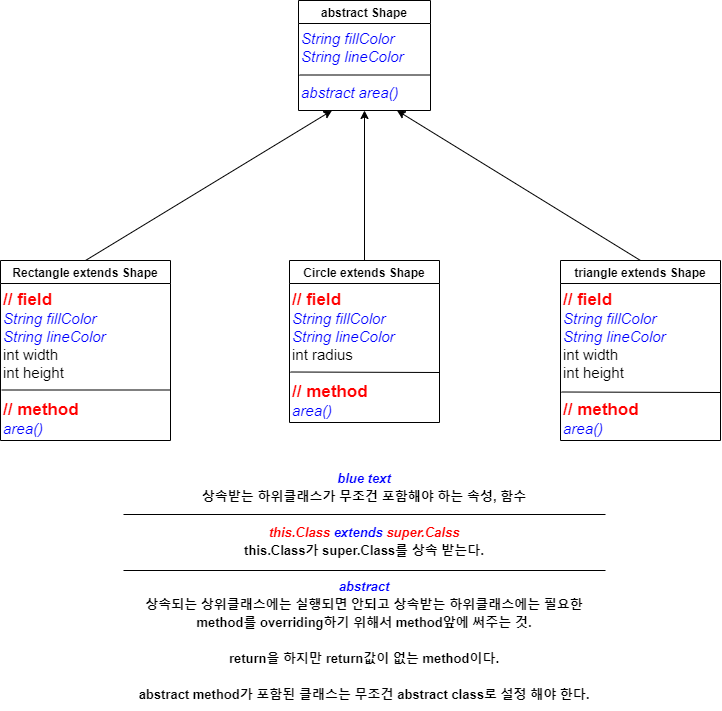
The draw.io diagram src/com/javaex/ex19/class_extends_abstract.png in hozzi-lee/chapter02, before a commit. Source tidied: cells renumbered, new cells last; positions are measured from the earlier drawing's top-left corner, leaving out a move shared by most shapes. Its diagram source:
```xml
<mxGraphModel>
  <root>
    <mxCell id="0" />
    <mxCell id="1" parent="0" />
    <mxCell id="2" value="abstract Shape" style="swimlane;fontFamily=Helvetica;" parent="1" vertex="1">
      <mxGeometry x="298" width="132" height="110" as="geometry" />
    </mxCell>
    <mxCell id="3" value="&lt;i&gt;&lt;font color=&quot;#0000ff&quot;&gt;String fillColor&lt;br style=&quot;font-size: 15px&quot;&gt;String lineColor&lt;br style=&quot;font-size: 15px&quot;&gt;&lt;br&gt;abstract area()&lt;/font&gt;&lt;/i&gt;" style="text;html=1;strokeColor=none;fillColor=none;align=left;verticalAlign=top;whiteSpace=wrap;rounded=0;fontSize=15;horizontal=1;fontFamily=Helvetica;" parent="2" vertex="1">
      <mxGeometry x="1" y="23" width="130" height="87" as="geometry" />
    </mxCell>
    <mxCell id="4" style="endArrow=none;html=1;entryX=1;entryY=0.5;entryDx=0;entryDy=0;exitX=0;exitY=0.5;exitDx=0;exitDy=0;fontFamily=Helvetica;" parent="2" edge="1">
      <mxGeometry relative="1" as="geometry">
        <mxPoint x="1" y="74.5" as="sourcePoint" />
        <mxPoint x="131" y="74.5" as="targetPoint" />
      </mxGeometry>
    </mxCell>
    <mxCell id="5" value="Rectangle extends Shape" style="swimlane;fontFamily=Helvetica;" parent="1" vertex="1">
      <mxGeometry y="260" width="170" height="180" as="geometry" />
    </mxCell>
    <mxCell id="6" value="&lt;b&gt;&lt;font color=&quot;#ff0000&quot; style=&quot;font-size: 17px&quot;&gt;// field&lt;/font&gt;&lt;/b&gt;&lt;br&gt;&lt;font color=&quot;#0000ff&quot; style=&quot;font-style: italic&quot;&gt;String fillColor&lt;/font&gt;&lt;br&gt;&lt;i style=&quot;color: rgb(0 , 0 , 255)&quot;&gt;String lineColor&lt;/i&gt;&lt;br&gt;int width&lt;br&gt;int height&lt;br&gt;&lt;br&gt;&lt;b&gt;&lt;font color=&quot;#ff0000&quot; style=&quot;font-size: 17px&quot;&gt;// method&lt;/font&gt;&lt;/b&gt;&lt;br&gt;&lt;i style=&quot;color: rgb(0 , 0 , 255)&quot;&gt;area()&lt;/i&gt;" style="text;html=1;strokeColor=none;fillColor=none;align=left;verticalAlign=top;whiteSpace=wrap;rounded=0;fontSize=15;horizontal=1;fontFamily=Helvetica;" parent="5" vertex="1">
      <mxGeometry x="1" y="23" width="169" height="157" as="geometry" />
    </mxCell>
    <mxCell id="7" style="endArrow=none;html=1;entryX=1;entryY=0.5;entryDx=0;entryDy=0;exitX=0;exitY=0.5;exitDx=0;exitDy=0;fontFamily=Helvetica;" parent="5" edge="1">
      <mxGeometry relative="1" as="geometry">
        <mxPoint x="1" y="129.5" as="sourcePoint" />
        <mxPoint x="170" y="129.5" as="targetPoint" />
      </mxGeometry>
    </mxCell>
    <mxCell id="8" value="Circle extends Shape" style="swimlane;fontFamily=Helvetica;" parent="1" vertex="1">
      <mxGeometry x="289" y="260" width="150" height="162" as="geometry" />
    </mxCell>
    <mxCell id="9" value="&lt;b&gt;&lt;font color=&quot;#ff0000&quot; style=&quot;font-size: 17px&quot;&gt;// field&lt;/font&gt;&lt;/b&gt;&lt;i style=&quot;color: rgb(0 , 0 , 255)&quot;&gt;&lt;br&gt;String fillColor&lt;/i&gt;&lt;br&gt;&lt;i style=&quot;color: rgb(0 , 0 , 255)&quot;&gt;String lineColor&lt;/i&gt;&lt;br&gt;int radius&lt;br&gt;&lt;br&gt;&lt;b&gt;&lt;font color=&quot;#ff0000&quot; style=&quot;font-size: 17px&quot;&gt;// method&lt;/font&gt;&lt;/b&gt;&lt;br&gt;&lt;i style=&quot;color: rgb(0 , 0 , 255)&quot;&gt;area()&lt;/i&gt;" style="text;html=1;strokeColor=none;fillColor=none;align=left;verticalAlign=top;whiteSpace=wrap;rounded=0;fontSize=15;horizontal=1;fontFamily=Helvetica;" parent="8" vertex="1">
      <mxGeometry x="1" y="23" width="149" height="139" as="geometry" />
    </mxCell>
    <mxCell id="10" style="endArrow=none;html=1;exitX=0;exitY=0.5;exitDx=0;exitDy=0;fontFamily=Helvetica;" parent="8" edge="1">
      <mxGeometry relative="1" as="geometry">
        <mxPoint x="1" y="111.5" as="sourcePoint" />
        <mxPoint x="150" y="112" as="targetPoint" />
      </mxGeometry>
    </mxCell>
    <mxCell id="11" value="triangle extends Shape" style="swimlane;fontFamily=Helvetica;" parent="1" vertex="1">
      <mxGeometry x="560" y="260" width="160" height="180" as="geometry" />
    </mxCell>
    <mxCell id="12" value="&lt;b&gt;&lt;font color=&quot;#ff0000&quot; style=&quot;font-size: 17px&quot;&gt;// field&lt;/font&gt;&lt;/b&gt;&lt;i style=&quot;color: rgb(0 , 0 , 255)&quot;&gt;&lt;br&gt;String fillColor&lt;/i&gt;&lt;br&gt;&lt;i style=&quot;color: rgb(0 , 0 , 255)&quot;&gt;String lineColor&lt;/i&gt;&lt;br&gt;int width&lt;br&gt;int height&lt;br&gt;&lt;br&gt;&lt;b&gt;&lt;font color=&quot;#ff0000&quot; style=&quot;font-size: 17px&quot;&gt;// method&lt;/font&gt;&lt;/b&gt;&lt;br&gt;&lt;i style=&quot;color: rgb(0 , 0 , 255)&quot;&gt;area()&lt;/i&gt;" style="text;html=1;strokeColor=none;fillColor=none;align=left;verticalAlign=top;whiteSpace=wrap;rounded=0;fontSize=15;horizontal=1;fontFamily=Helvetica;" parent="11" vertex="1">
      <mxGeometry x="1" y="23" width="159" height="157" as="geometry" />
    </mxCell>
    <mxCell id="13" style="endArrow=none;html=1;exitX=0;exitY=0.5;exitDx=0;exitDy=0;fontFamily=Helvetica;" parent="11" edge="1">
      <mxGeometry relative="1" as="geometry">
        <mxPoint x="1" y="131.5" as="sourcePoint" />
        <mxPoint x="160" y="132" as="targetPoint" />
      </mxGeometry>
    </mxCell>
    <mxCell id="14" style="endArrow=classic;html=1;fontSize=15;exitX=0.5;exitY=0;exitDx=0;exitDy=0;entryX=0.5;entryY=1;entryDx=0;entryDy=0;fontFamily=Helvetica;" parent="1" edge="1" source="8" target="3">
      <mxGeometry relative="1" as="geometry" />
    </mxCell>
    <mxCell id="15" style="endArrow=classic;html=1;fontSize=15;exitX=0.5;exitY=0;exitDx=0;exitDy=0;entryX=0.25;entryY=1;entryDx=0;entryDy=0;fontFamily=Helvetica;" parent="1" edge="1" source="5" target="3">
      <mxGeometry relative="1" as="geometry" />
    </mxCell>
    <mxCell id="16" style="endArrow=classic;html=1;fontSize=15;exitX=0.5;exitY=0;exitDx=0;exitDy=0;entryX=0.75;entryY=1;entryDx=0;entryDy=0;fontFamily=Helvetica;" parent="1" edge="1" source="11" target="3">
      <mxGeometry relative="1" as="geometry" />
    </mxCell>
    <mxCell id="17" style="group;" parent="1" vertex="1">
      <mxGeometry x="123" y="460" width="482" height="250" as="geometry" />
    </mxCell>
    <mxCell id="18" value="&lt;font style=&quot;font-size: 13px&quot;&gt;&lt;i&gt;&lt;font color=&quot;#0000ff&quot;&gt;blue text&lt;br&gt;&lt;/font&gt;&lt;/i&gt;상속받는 하위클래스가 무조건 포함해야 하는 속성, 함수&lt;i&gt;&lt;font color=&quot;#ff0000&quot;&gt;&lt;br&gt;&lt;br&gt;this.Class&lt;/font&gt;&lt;/i&gt;&lt;i style=&quot;color: rgb(0 , 0 , 255)&quot;&gt; extends &lt;/i&gt;&lt;i&gt;&lt;font color=&quot;#ff0000&quot;&gt;super.Calss&lt;/font&gt;&lt;font color=&quot;#0000ff&quot;&gt;&lt;br&gt;&lt;/font&gt;&lt;/i&gt;this.Class가 super.Class를&amp;nbsp;상속 받는다.&lt;br&gt;&lt;br&gt;&lt;i&gt;&lt;font color=&quot;#0000ff&quot;&gt;abstract&lt;br&gt;&lt;/font&gt;&lt;/i&gt;상속되는 상위클래스에는 실행되면 안되고 상속받는 하위클래스에는 필요한&lt;br&gt;method를 overriding하기 위해서 method앞에 써주는 것.&lt;br&gt;&lt;br&gt;return을 하지만 return값이 없는 method이다.&lt;br&gt;&lt;br&gt;abstract method가 포함된 클래스는 무조건 abstract class로 설정 해야 한다.&lt;font style=&quot;font-size: 13px&quot;&gt;&lt;br&gt;&lt;/font&gt;&lt;/font&gt;" style="text;html=1;strokeColor=none;fillColor=none;align=center;verticalAlign=middle;whiteSpace=wrap;rounded=0;fontSize=15;fontFamily=Helvetica;fontStyle=1;" parent="17" vertex="1">
      <mxGeometry width="482" height="250" as="geometry" />
    </mxCell>
    <mxCell id="19" style="endArrow=none;html=1;fontFamily=Helvetica;fontSize=15;fontColor=#FF0000;entryX=1;entryY=0.25;entryDx=0;entryDy=0;exitX=0;exitY=0.25;exitDx=0;exitDy=0;" parent="17" edge="1">
      <mxGeometry relative="1" as="geometry">
        <mxPoint y="110" as="sourcePoint" />
        <mxPoint x="482" y="110" as="targetPoint" />
      </mxGeometry>
    </mxCell>
    <mxCell id="20" style="endArrow=none;html=1;fontFamily=Helvetica;fontSize=15;fontColor=#FF0000;entryX=1;entryY=0.25;entryDx=0;entryDy=0;exitX=0;exitY=0.25;exitDx=0;exitDy=0;" parent="17" edge="1">
      <mxGeometry relative="1" as="geometry">
        <mxPoint y="54" as="sourcePoint" />
        <mxPoint x="482" y="54" as="targetPoint" />
      </mxGeometry>
    </mxCell>
  </root>
</mxGraphModel>
```
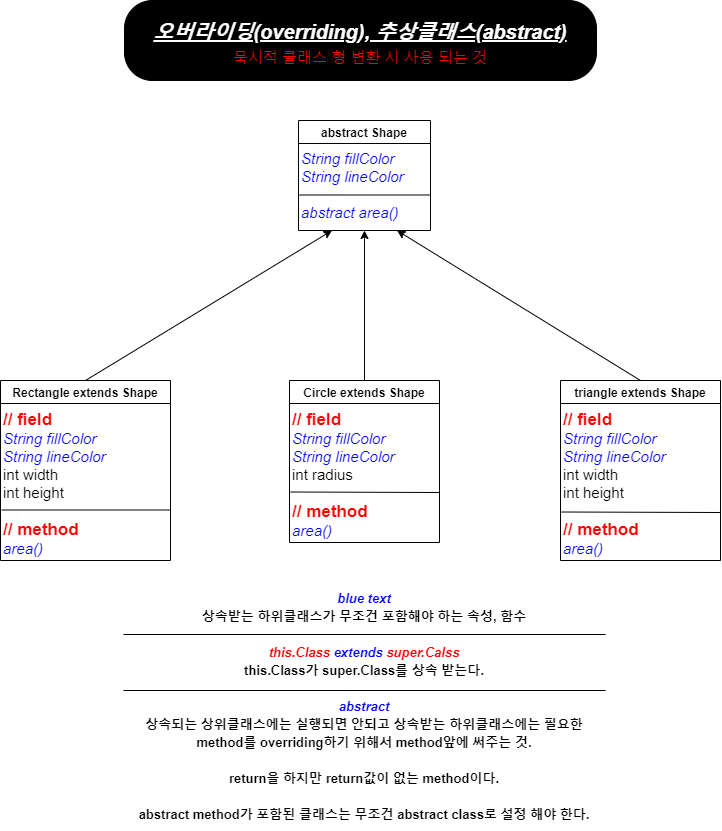
Above is the later version.

Commit message:
21. 6. 9. 수) 오후수업) abstract class, abstract method

The edit, as a diff of the source:
```diff
@@ -77,5 +77,8 @@
         <mxPoint x="482" y="54" as="targetPoint" />
       </mxGeometry>
     </mxCell>
+    <mxCell id="21" value="&lt;b&gt;&lt;i&gt;&lt;u&gt;&lt;font style=&quot;font-size: 20px ; line-height: 170%&quot;&gt;오버라이딩(overriding), 추상클래스(abstract)&lt;br&gt;&lt;/font&gt;&lt;/u&gt;&lt;/i&gt;&lt;/b&gt;&lt;font style=&quot;font-size: 15px&quot; color=&quot;#ff0000&quot;&gt;묵시적 클래스 형 변환 시 사용 되는 것&lt;/font&gt;" style="rounded=1;whiteSpace=wrap;html=1;arcSize=35;fillColor=#000000;fontColor=#FFFFFF;" parent="1" vertex="1">
+      <mxGeometry x="124" y="-120" width="472" height="80" as="geometry" />
+    </mxCell>
   </root>
 </mxGraphModel>
```
